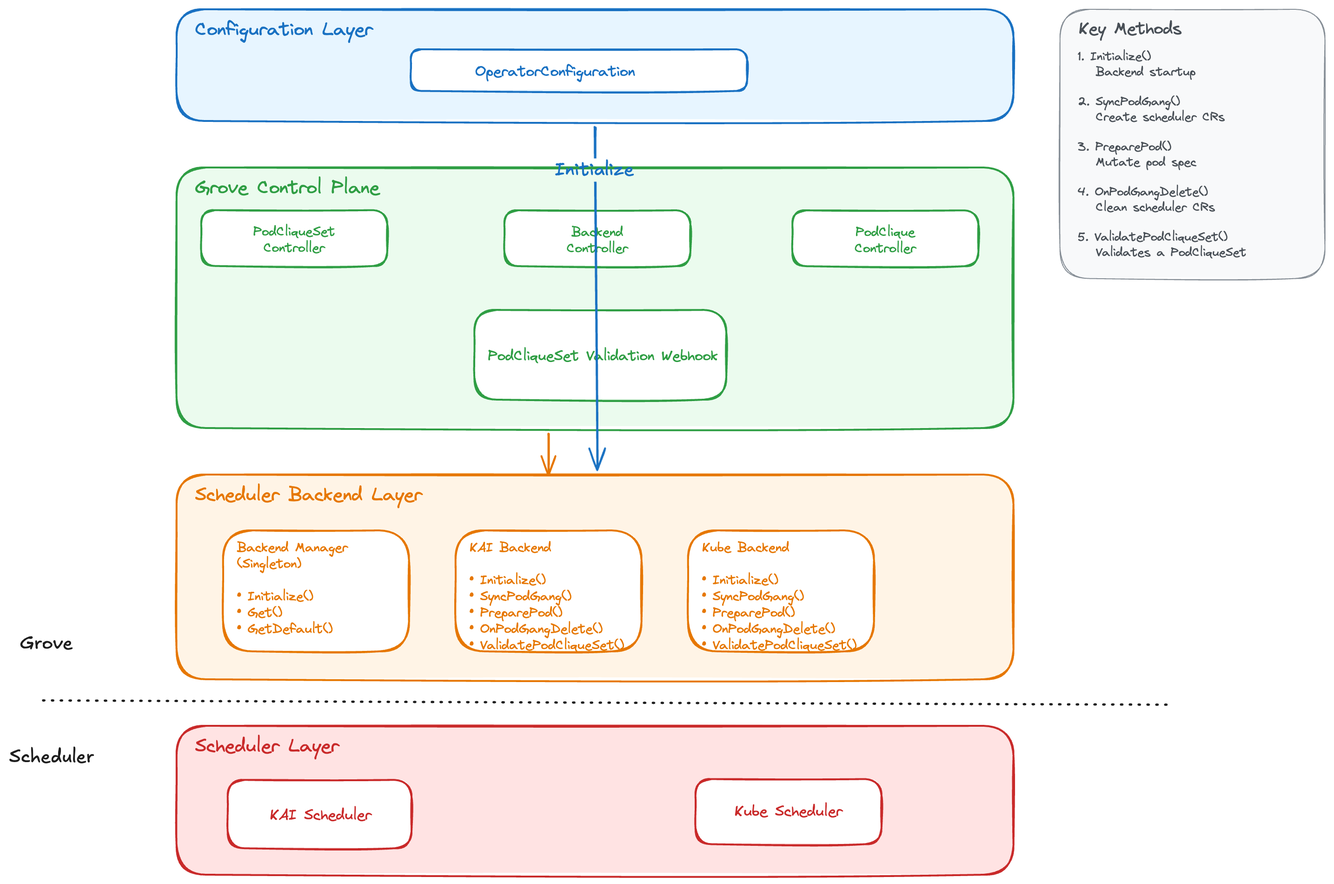
Before: docs/proposals/375-scheduler-backend-framework/assets/scheduler-backend-framework.excalidraw.png, a diagram exported from Excalidraw (ai-dynamo/grove). Source tidied: one line per element, renumbered; positions are measured from the earlier drawing's top-left corner, leaving out a move shared by most shapes.
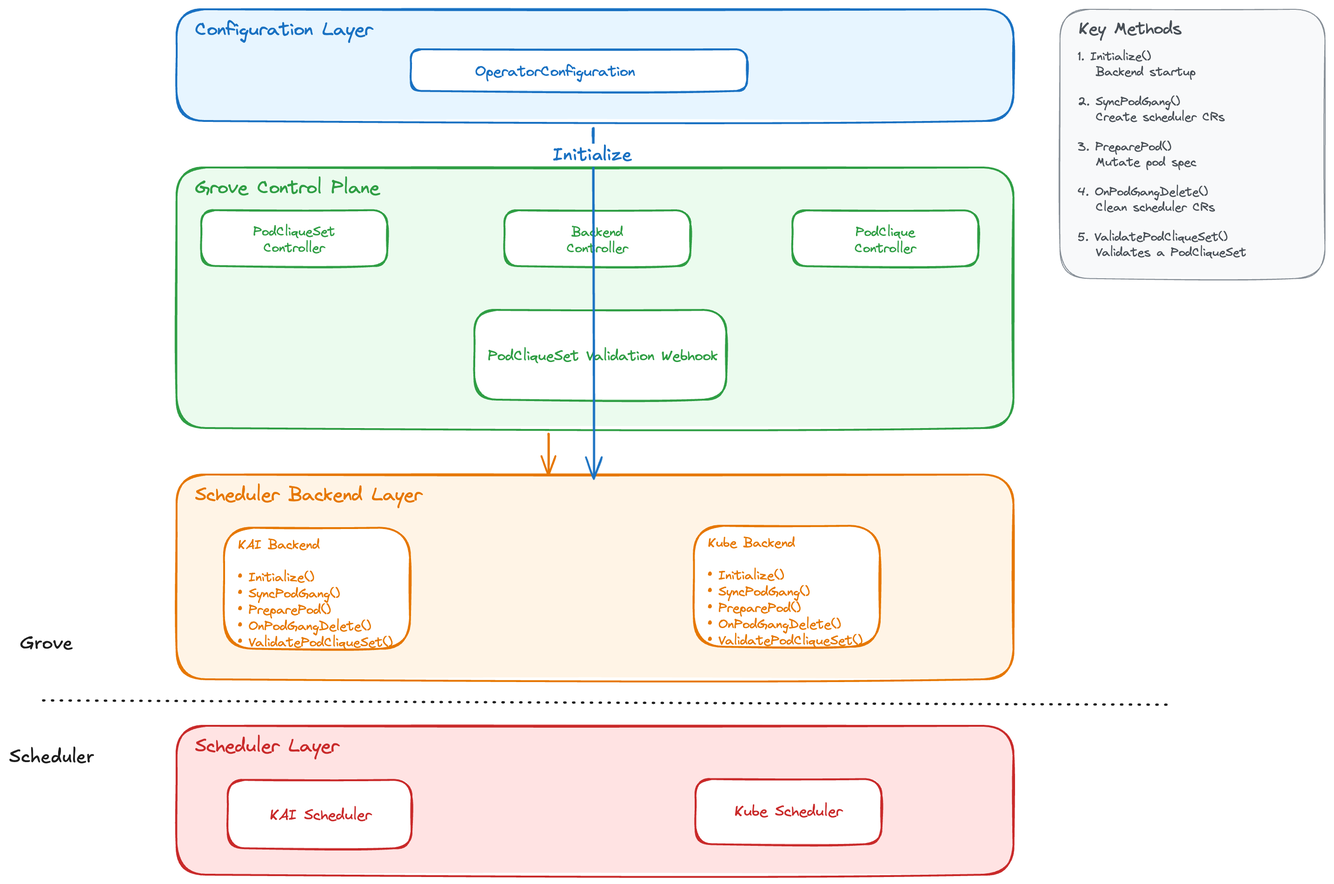
The same file after the commit.

Commit message:
remove schedulerName in PCS level and refine phases

What changed in the source:
```diff
@@ -14,20 +14,18 @@
 {"id": 13, "type": "text", "text": "PodCliqueSet Validation Webhook\n", "strokeColor": "#2f9e44", "strokeWidth": 2, "roughness": 1, "fontSize": 15.58, "fontFamily": 1, "x": 515, "y": 363, "width": 247, "height": 39}
 {"id": 14, "type": "rectangle", "strokeColor": "#e67700", "backgroundColor": "#fff4e6", "fillStyle": "solid", "strokeWidth": 2, "roughness": 1, "round": true, "x": 180, "y": 500, "width": 900, "height": 220}
 {"id": 15, "type": "text", "text": "Scheduler Backend Layer", "strokeColor": "#e67700", "strokeWidth": 2, "roughness": 1, "fontSize": 20, "fontFamily": 1, "x": 200, "y": 510, "width": 280, "height": 25}
-{"id": 16, "type": "rectangle", "strokeColor": "#e67700", "backgroundColor": "#ffffff", "fillStyle": "solid", "strokeWidth": 2, "roughness": 1, "round": true, "x": 230, "y": 560, "width": 200, "height": 130}
-{"id": 17, "type": "text", "text": "Backend Manager\n(Singleton)\n\n• Initialize()\n• Get()\n• GetDefault()", "strokeColor": "#e67700", "strokeWidth": 2, "roughness": 1, "fontSize": 14, "fontFamily": 1, "x": 245, "y": 570, "width": 119, "height": 105}
-{"id": 18, "type": "rectangle", "strokeColor": "#e67700", "backgroundColor": "#ffffff", "fillStyle": "solid", "strokeWidth": 2, "roughness": 1, "round": true, "x": 480, "y": 560, "width": 200, "height": 130}
+{"id": 18, "type": "rectangle", "strokeColor": "#e67700", "backgroundColor": "#ffffff", "fillStyle": "solid", "strokeWidth": 2, "roughness": 1, "round": true, "x": 231, "y": 557, "width": 200, "height": 130}
-{"id": 19, "type": "text", "text": "KAI Backend\n\n• Initialize()\n• SyncPodGang()\n• PreparePod()\n• OnPodGangDelete()\n• ValidatePodCliqueSet()", "strokeColor": "#e67700", "strokeWidth": 2, "roughness": 1, "fontSize": 14, "fontFamily": 1, "x": 495, "y": 570, "width": 166, "height": 122}
+{"id": 19, "type": "text", "text": "KAI Backend\n\n• Initialize()\n• SyncPodGang()\n• PreparePod()\n• OnPodGangDelete()\n• ValidatePodCliqueSet()", "strokeColor": "#e67700", "strokeWidth": 2, "roughness": 1, "fontSize": 14, "fontFamily": 1, "x": 246, "y": 567, "width": 166, "height": 122}
-{"id": 20, "type": "rectangle", "strokeColor": "#e67700", "backgroundColor": "#ffffff", "fillStyle": "solid", "strokeWidth": 2, "roughness": 1, "round": true, "x": 730, "y": 560, "width": 200, "height": 130}
+{"id": 20, "type": "rectangle", "strokeColor": "#e67700", "backgroundColor": "#ffffff", "fillStyle": "solid", "strokeWidth": 2, "roughness": 1, "round": true, "x": 736, "y": 555, "width": 200, "height": 130}
-{"id": 21, "type": "text", "text": "Kube Backend\n\n• Initialize()\n• SyncPodGang()\n• PreparePod()\n• OnPodGangDelete()\n• ValidatePodCliqueSet()", "strokeColor": "#e67700", "strokeWidth": 2, "roughness": 1, "fontSize": 14, "fontFamily": 1, "x": 745, "y": 570, "width": 166, "height": 122}
+{"id": 21, "type": "text", "text": "Kube Backend\n\n• Initialize()\n• SyncPodGang()\n• PreparePod()\n• OnPodGangDelete()\n• ValidatePodCliqueSet()", "strokeColor": "#e67700", "strokeWidth": 2, "roughness": 1, "fontSize": 14, "fontFamily": 1, "x": 751, "y": 565, "width": 166, "height": 122}
 {"id": 22, "type": "rectangle", "strokeColor": "#c92a2a", "backgroundColor": "#ffe3e3", "fillStyle": "solid", "strokeWidth": 2, "roughness": 1, "round": true, "x": 180, "y": 770, "width": 900, "height": 160}
 {"id": 23, "type": "text", "text": "Scheduler Layer", "strokeColor": "#c92a2a", "strokeWidth": 2, "roughness": 1, "fontSize": 20, "fontFamily": 1, "x": 200, "y": 780, "width": 200, "height": 25}
 {"id": 24, "type": "rectangle", "strokeColor": "#c92a2a", "backgroundColor": "#ffffff", "fillStyle": "solid", "strokeWidth": 2, "roughness": 1, "round": true, "x": 235, "y": 828, "width": 198, "height": 73}
 {"id": 25, "type": "text", "text": "KAI Scheduler", "strokeColor": "#c92a2a", "strokeWidth": 2, "roughness": 1, "fontSize": 16, "fontFamily": 1, "textAlign": "center", "x": 250, "y": 857, "width": 170, "height": 20}
 {"id": 26, "type": "rectangle", "strokeColor": "#c92a2a", "backgroundColor": "#ffffff", "fillStyle": "solid", "strokeWidth": 2, "roughness": 1, "round": true, "x": 738, "y": 827, "width": 200, "height": 70}
 {"id": 27, "type": "text", "text": "Kube Scheduler", "strokeColor": "#c92a2a", "strokeWidth": 2, "roughness": 1, "fontSize": 16, "fontFamily": 1, "textAlign": "center", "x": 753, "y": 852, "width": 170, "height": 20}
-{"id": 28, "type": "arrow", "strokeColor": "#1971c2", "strokeWidth": 2, "roughness": 1, "endArrowhead": "arrow", "round": true, "from": 0, "x": 630, "y": 126, "width": 2, "height": 368, "points": [[0, 0], [-1, 47], [2, 368]]}
+{"id": 28, "type": "arrow", "strokeColor": "#1971c2", "strokeWidth": 2, "roughness": 1, "endArrowhead": "arrow", "round": true, "x": 627, "y": 131, "width": 1, "height": 368, "points": [[0, 0], [0, 26], [0, 368]]}
-{"id": 29, "type": "text", "text": "Initialize", "strokeColor": "#1971c2", "strokeWidth": 2, "strokeStyle": "dotted", "roughness": 1, "fontSize": 20, "fontFamily": 5, "textAlign": "center", "verticalAlign": "middle", "inside": 28, "x": 587, "y": 298, "width": 85, "height": 25}
+{"id": 29, "type": "text", "text": "Initialize", "strokeColor": "#1971c2", "strokeWidth": 2, "strokeStyle": "dotted", "roughness": 1, "fontSize": 20, "fontFamily": 5, "textAlign": "center", "verticalAlign": "middle", "inside": 28, "x": 587, "y": 139, "width": 85, "height": 25}
 {"id": 30, "type": "arrow", "strokeColor": "#e67700", "strokeWidth": 2, "roughness": 1, "endArrowhead": "arrow", "round": true, "from": 4, "to": 14, "x": 580, "y": 456, "width": 0, "height": 44, "points": [[0, 0], [0, 44]]}
 {"id": 31, "type": "rectangle", "strokeColor": "#868e96", "backgroundColor": "#f8f9fa", "fillStyle": "solid", "strokeWidth": 1, "roughness": 1, "round": true, "x": 1130, "y": 0, "width": 285, "height": 289}
 {"id": 32, "type": "text", "text": "Key Methods", "strokeColor": "#495057", "strokeWidth": 1, "roughness": 1, "fontSize": 18, "fontFamily": 1, "x": 1150, "y": 10, "width": 180, "height": 25}
```
